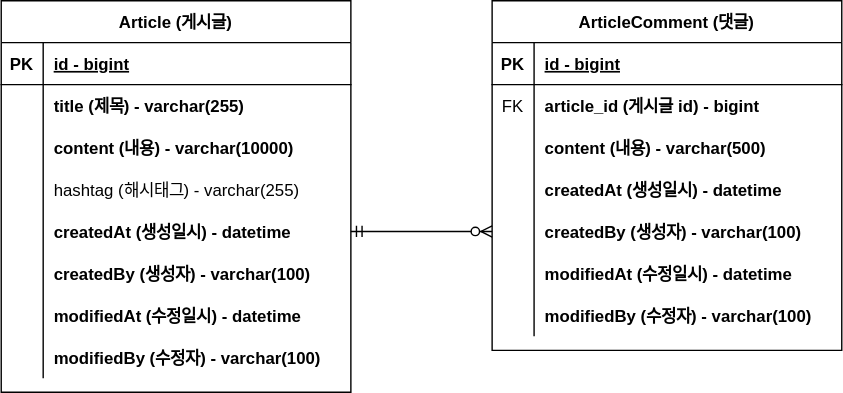
Earlier version of the draw.io export docs/project-board-erd.svg (songstone/project-board). Source tidied: cells renumbered, new cells last; positions are measured from the earlier drawing's top-left corner, leaving out a move shared by most shapes.
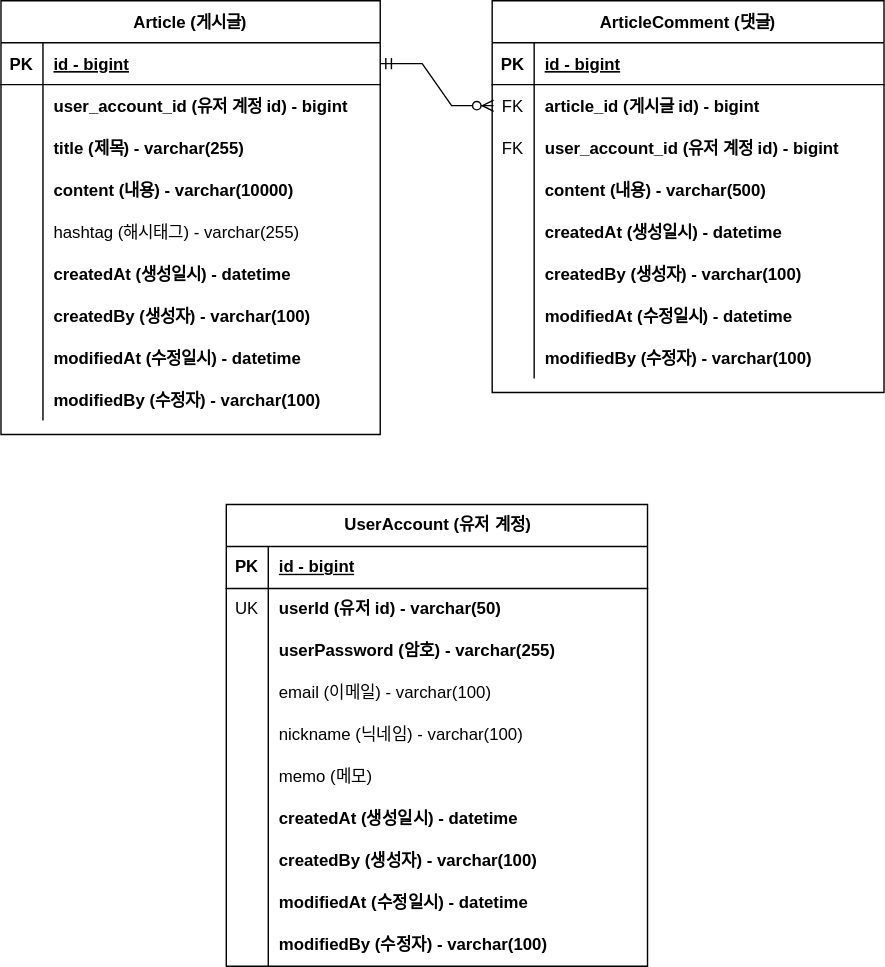
Above is the later version.

Commit message:
docs: #19 - ERD에 userAccount 추가

The edit, as a diff of the source:
```diff
@@ -5,6 +5,6 @@
     <mxCell id="2" value="Article (게시글)" style="shape=table;startSize=30;rowLines=0;fontStyle=1;align=center;" parent="1" vertex="1">
-      <mxGeometry width="250" height="280" as="geometry" />
+      <mxGeometry width="271" height="310" as="geometry" />
     </mxCell>
     <mxCell id="3" style="shape=partialRectangle;fillColor=none;points=[[0,0.5],[1,0.5]];portConstraint=eastwest;top=0;left=0;right=0;bottom=1;" parent="2" vertex="1">
-      <mxGeometry y="30" width="250" height="30" as="geometry" />
+      <mxGeometry y="30" width="271" height="30" as="geometry" />
     </mxCell>
@@ -14,6 +14,6 @@
     <mxCell id="5" value="id - bigint" style="shape=partialRectangle;overflow=hidden;fillColor=none;top=0;left=0;bottom=0;right=0;align=left;spacingLeft=6;fontStyle=5;" parent="3" vertex="1">
-      <mxGeometry x="30" width="220" height="30" as="geometry" />
+      <mxGeometry x="30" width="241" height="30" as="geometry" />
     </mxCell>
     <mxCell id="6" style="shape=partialRectangle;fillColor=none;top=0;left=0;right=0;bottom=0;" parent="2" vertex="1">
-      <mxGeometry y="60" width="250" height="30" as="geometry" />
+      <mxGeometry y="60" width="271" height="30" as="geometry" />
     </mxCell>
@@ -22,7 +22,16 @@
     </mxCell>
-    <mxCell id="8" value="title (제목) - varchar(255)" style="shape=partialRectangle;overflow=hidden;fillColor=none;top=0;left=0;bottom=0;right=0;align=left;spacingLeft=6;fontStyle=1;" parent="6" vertex="1">
-      <mxGeometry x="30" width="220" height="30" as="geometry" />
+    <mxCell id="8" value="user_account_id (유저 계정 id) - bigint" style="shape=partialRectangle;overflow=hidden;fillColor=none;top=0;left=0;bottom=0;right=0;align=left;spacingLeft=6;fontStyle=1;" parent="6" vertex="1">
+      <mxGeometry x="30" width="241" height="30" as="geometry" />
     </mxCell>
+    <mxCell id="50" style="shape=partialRectangle;fillColor=none;top=0;left=0;right=0;bottom=0;" parent="2" vertex="1">
+      <mxGeometry y="90" width="271" height="30" as="geometry" />
+    </mxCell>
+    <mxCell id="51" style="shape=partialRectangle;overflow=hidden;fillColor=none;top=0;left=0;bottom=0;right=0;" parent="50" vertex="1">
+      <mxGeometry width="30" height="30" as="geometry" />
+    </mxCell>
+    <mxCell id="52" value="title (제목) - varchar(255)" style="shape=partialRectangle;overflow=hidden;fillColor=none;top=0;left=0;bottom=0;right=0;align=left;spacingLeft=6;fontStyle=1;" parent="50" vertex="1">
+      <mxGeometry x="30" width="241" height="30" as="geometry" />
+    </mxCell>
     <mxCell id="9" style="shape=partialRectangle;fillColor=none;top=0;left=0;right=0;bottom=0;" parent="2" vertex="1">
-      <mxGeometry y="90" width="250" height="30" as="geometry" />
+      <mxGeometry y="120" width="271" height="30" as="geometry" />
     </mxCell>
@@ -32,6 +41,6 @@
     <mxCell id="11" value="content (내용) - varchar(10000)" style="shape=partialRectangle;overflow=hidden;fillColor=none;top=0;left=0;bottom=0;right=0;align=left;spacingLeft=6;fontStyle=1;" parent="9" vertex="1">
-      <mxGeometry x="30" width="220" height="30" as="geometry" />
+      <mxGeometry x="30" width="241" height="30" as="geometry" />
     </mxCell>
     <mxCell id="12" style="shape=partialRectangle;fillColor=none;top=0;left=0;right=0;bottom=0;" parent="2" vertex="1">
-      <mxGeometry y="120" width="250" height="30" as="geometry" />
+      <mxGeometry y="150" width="271" height="30" as="geometry" />
     </mxCell>
@@ -41,6 +50,6 @@
     <mxCell id="14" value="hashtag (해시태그) - varchar(255)" style="shape=partialRectangle;overflow=hidden;fillColor=none;top=0;left=0;bottom=0;right=0;align=left;spacingLeft=6;" parent="12" vertex="1">
-      <mxGeometry x="30" width="220" height="30" as="geometry" />
+      <mxGeometry x="30" width="241" height="30" as="geometry" />
     </mxCell>
     <mxCell id="15" style="shape=partialRectangle;fillColor=none;points=[[0,0.5],[1,0.5]];portConstraint=eastwest;top=0;left=0;right=0;bottom=0;" parent="2" vertex="1">
-      <mxGeometry y="150" width="250" height="30" as="geometry" />
+      <mxGeometry y="180" width="271" height="30" as="geometry" />
     </mxCell>
@@ -50,6 +59,6 @@
     <mxCell id="17" value="createdAt (생성일시) - datetime" style="shape=partialRectangle;overflow=hidden;fillColor=none;top=0;left=0;bottom=0;right=0;align=left;spacingLeft=6;fontStyle=1;" parent="15" vertex="1">
-      <mxGeometry x="30" width="220" height="30" as="geometry" />
+      <mxGeometry x="30" width="241" height="30" as="geometry" />
     </mxCell>
     <mxCell id="18" style="shape=partialRectangle;fillColor=none;top=0;left=0;right=0;bottom=0;" parent="2" vertex="1">
-      <mxGeometry y="180" width="250" height="30" as="geometry" />
+      <mxGeometry y="210" width="271" height="30" as="geometry" />
     </mxCell>
@@ -59,6 +68,6 @@
     <mxCell id="20" value="createdBy (생성자) - varchar(100)" style="shape=partialRectangle;overflow=hidden;fillColor=none;top=0;left=0;bottom=0;right=0;align=left;spacingLeft=6;fontStyle=1;" parent="18" vertex="1">
-      <mxGeometry x="30" width="220" height="30" as="geometry" />
+      <mxGeometry x="30" width="241" height="30" as="geometry" />
     </mxCell>
     <mxCell id="21" style="shape=partialRectangle;fillColor=none;top=0;left=0;right=0;bottom=0;" parent="2" vertex="1">
-      <mxGeometry y="210" width="250" height="30" as="geometry" />
+      <mxGeometry y="240" width="271" height="30" as="geometry" />
     </mxCell>
@@ -68,6 +77,6 @@
     <mxCell id="23" value="modifiedAt (수정일시) - datetime" style="shape=partialRectangle;overflow=hidden;fillColor=none;top=0;left=0;bottom=0;right=0;align=left;spacingLeft=6;fontStyle=1;" parent="21" vertex="1">
-      <mxGeometry x="30" width="220" height="30" as="geometry" />
+      <mxGeometry x="30" width="241" height="30" as="geometry" />
     </mxCell>
     <mxCell id="24" style="shape=partialRectangle;fillColor=none;top=0;left=0;right=0;bottom=0;" parent="2" vertex="1">
-      <mxGeometry y="240" width="250" height="30" as="geometry" />
+      <mxGeometry y="270" width="271" height="30" as="geometry" />
     </mxCell>
@@ -77,9 +86,9 @@
     <mxCell id="26" value="modifiedBy (수정자) - varchar(100)" style="shape=partialRectangle;overflow=hidden;fillColor=none;top=0;left=0;bottom=0;right=0;align=left;spacingLeft=6;fontStyle=1;" parent="24" vertex="1">
-      <mxGeometry x="30" width="220" height="30" as="geometry" />
+      <mxGeometry x="30" width="241" height="30" as="geometry" />
     </mxCell>
     <mxCell id="27" value="ArticleComment (댓글)" style="shape=table;startSize=30;rowLines=0;fontStyle=1;align=center;" parent="1" vertex="1">
-      <mxGeometry x="351" width="250" height="250" as="geometry" />
+      <mxGeometry x="351" width="280" height="280" as="geometry" />
     </mxCell>
     <mxCell id="28" style="shape=partialRectangle;fillColor=none;top=0;left=0;right=0;bottom=1;" parent="27" vertex="1">
-      <mxGeometry y="30" width="250" height="30" as="geometry" />
+      <mxGeometry y="30" width="280" height="30" as="geometry" />
     </mxCell>
@@ -89,6 +98,6 @@
     <mxCell id="30" value="id - bigint" style="shape=partialRectangle;overflow=hidden;fillColor=none;top=0;left=0;bottom=0;right=0;align=left;spacingLeft=6;fontStyle=5;" parent="28" vertex="1">
-      <mxGeometry x="30" width="220" height="30" as="geometry" />
+      <mxGeometry x="30" width="250" height="30" as="geometry" />
     </mxCell>
     <mxCell id="31" style="shape=partialRectangle;fillColor=none;top=0;left=0;right=0;bottom=0;" parent="27" vertex="1">
-      <mxGeometry y="60" width="250" height="30" as="geometry" />
+      <mxGeometry y="60" width="280" height="30" as="geometry" />
     </mxCell>
@@ -98,6 +107,15 @@
     <mxCell id="33" value="article_id (게시글 id) - bigint" style="shape=partialRectangle;overflow=hidden;fillColor=none;top=0;left=0;bottom=0;right=0;align=left;spacingLeft=6;fontStyle=1;" parent="31" vertex="1">
-      <mxGeometry x="30" width="220" height="30" as="geometry" />
+      <mxGeometry x="30" width="250" height="30" as="geometry" />
     </mxCell>
+    <mxCell id="53" style="shape=partialRectangle;fillColor=none;top=0;left=0;right=0;bottom=0;" parent="27" vertex="1">
+      <mxGeometry y="90" width="280" height="30" as="geometry" />
+    </mxCell>
+    <mxCell id="54" value="FK" style="shape=partialRectangle;overflow=hidden;fillColor=none;top=0;left=0;bottom=0;right=0;" parent="53" vertex="1">
+      <mxGeometry width="30" height="30" as="geometry" />
+    </mxCell>
+    <mxCell id="55" value="user_account_id (유저 계정 id) - bigint" style="shape=partialRectangle;overflow=hidden;fillColor=none;top=0;left=0;bottom=0;right=0;align=left;spacingLeft=6;fontStyle=1;" parent="53" vertex="1">
+      <mxGeometry x="30" width="250" height="30" as="geometry" />
+    </mxCell>
     <mxCell id="34" style="shape=partialRectangle;fillColor=none;top=0;left=0;right=0;bottom=0;" parent="27" vertex="1">
-      <mxGeometry y="90" width="250" height="30" as="geometry" />
+      <mxGeometry y="120" width="280" height="30" as="geometry" />
     </mxCell>
@@ -107,6 +125,6 @@
     <mxCell id="36" value="content (내용) - varchar(500)" style="shape=partialRectangle;overflow=hidden;fillColor=none;top=0;left=0;bottom=0;right=0;align=left;spacingLeft=6;fontStyle=1;" parent="34" vertex="1">
-      <mxGeometry x="30" width="220" height="30" as="geometry" />
+      <mxGeometry x="30" width="250" height="30" as="geometry" />
     </mxCell>
     <mxCell id="37" style="shape=partialRectangle;fillColor=none;top=0;left=0;right=0;bottom=0;" parent="27" vertex="1">
-      <mxGeometry y="120" width="250" height="30" as="geometry" />
+      <mxGeometry y="150" width="280" height="30" as="geometry" />
     </mxCell>
@@ -116,6 +134,6 @@
     <mxCell id="39" value="createdAt (생성일시) - datetime" style="shape=partialRectangle;overflow=hidden;fillColor=none;top=0;left=0;bottom=0;right=0;align=left;spacingLeft=6;fontStyle=1;" parent="37" vertex="1">
-      <mxGeometry x="30" width="220" height="30" as="geometry" />
+      <mxGeometry x="30" width="250" height="30" as="geometry" />
     </mxCell>
     <mxCell id="40" style="shape=partialRectangle;fillColor=none;points=[[0,0.5],[1,0.5]];portConstraint=eastwest;top=0;left=0;right=0;bottom=0;" parent="27" vertex="1">
-      <mxGeometry y="150" width="250" height="30" as="geometry" />
+      <mxGeometry y="180" width="280" height="30" as="geometry" />
     </mxCell>
@@ -125,6 +143,6 @@
     <mxCell id="42" value="createdBy (생성자) - varchar(100)" style="shape=partialRectangle;overflow=hidden;fillColor=none;top=0;left=0;bottom=0;right=0;align=left;spacingLeft=6;fontStyle=1;" parent="40" vertex="1">
-      <mxGeometry x="30" width="220" height="30" as="geometry" />
+      <mxGeometry x="30" width="250" height="30" as="geometry" />
     </mxCell>
     <mxCell id="43" style="shape=partialRectangle;fillColor=none;top=0;left=0;right=0;bottom=0;" parent="27" vertex="1">
-      <mxGeometry y="180" width="250" height="30" as="geometry" />
+      <mxGeometry y="210" width="280" height="30" as="geometry" />
     </mxCell>
@@ -134,6 +152,6 @@
     <mxCell id="45" value="modifiedAt (수정일시) - datetime" style="shape=partialRectangle;overflow=hidden;fillColor=none;top=0;left=0;bottom=0;right=0;align=left;spacingLeft=6;fontStyle=1;" parent="43" vertex="1">
-      <mxGeometry x="30" width="220" height="30" as="geometry" />
+      <mxGeometry x="30" width="250" height="30" as="geometry" />
     </mxCell>
     <mxCell id="46" style="shape=partialRectangle;fillColor=none;top=0;left=0;right=0;bottom=0;" parent="27" vertex="1">
-      <mxGeometry y="210" width="250" height="30" as="geometry" />
+      <mxGeometry y="240" width="280" height="30" as="geometry" />
     </mxCell>
@@ -143,7 +161,102 @@
     <mxCell id="48" value="modifiedBy (수정자) - varchar(100)" style="shape=partialRectangle;overflow=hidden;fillColor=none;top=0;left=0;bottom=0;right=0;align=left;spacingLeft=6;fontStyle=1;" parent="46" vertex="1">
-      <mxGeometry x="30" width="220" height="30" as="geometry" />
+      <mxGeometry x="30" width="250" height="30" as="geometry" />
     </mxCell>
-    <mxCell id="49" style="edgeStyle=entityRelationEdgeStyle;fontSize=12;html=1;endArrow=ERzeroToMany;startArrow=ERmandOne;rounded=0;exitX=1;exitY=0.5;exitDx=0;exitDy=0;entryX=0;entryY=0.5;entryDx=0;entryDy=0;" parent="1" edge="1" source="15" target="40">
-      <mxGeometry relative="1" as="geometry" />
+    <mxCell id="49" style="edgeStyle=entityRelationEdgeStyle;fontSize=12;html=1;endArrow=ERzeroToMany;startArrow=ERmandOne;rounded=0;exitX=1;exitY=0.5;exitDx=0;exitDy=0;entryX=0;entryY=0.5;entryDx=0;entryDy=0;" parent="1" edge="1" source="3">
+      <mxGeometry relative="1" as="geometry">
+        <mxPoint x="352" y="75" as="targetPoint" />
+      </mxGeometry>
     </mxCell>
+    <mxCell id="56" value="UserAccount (유저 계정)" style="shape=table;startSize=30;rowLines=0;fontStyle=1;align=center;html=1;" parent="1" vertex="1">
+      <mxGeometry x="161" y="360" width="301" height="330" as="geometry" />
+    </mxCell>
+    <mxCell id="57" style="shape=tableRow;horizontal=0;startSize=0;swimlaneHead=0;swimlaneBody=0;fillColor=none;top=0;left=0;right=0;bottom=1;" parent="56" vertex="1">
+      <mxGeometry y="30" width="301" height="30" as="geometry" />
+    </mxCell>
+    <mxCell id="58" value="PK" style="shape=partialRectangle;fillColor=none;top=0;left=0;bottom=0;right=0;fontStyle=1;overflow=hidden;whiteSpace=wrap;html=1;" parent="57" vertex="1">
+      <mxGeometry width="30" height="30" as="geometry" />
+    </mxCell>
+    <mxCell id="59" value="id - bigint" style="shape=partialRectangle;fillColor=none;top=0;left=0;bottom=0;right=0;align=left;spacingLeft=6;fontStyle=5;overflow=hidden;whiteSpace=wrap;html=1;" parent="57" vertex="1">
+      <mxGeometry x="30" width="271" height="30" as="geometry" />
+    </mxCell>
+    <mxCell id="60" style="shape=tableRow;horizontal=0;startSize=0;swimlaneHead=0;swimlaneBody=0;fillColor=none;top=0;left=0;right=0;bottom=0;" parent="56" vertex="1">
+      <mxGeometry y="60" width="301" height="30" as="geometry" />
+    </mxCell>
+    <mxCell id="61" value="UK" style="shape=partialRectangle;fillColor=none;top=0;left=0;bottom=0;right=0;overflow=hidden;whiteSpace=wrap;html=1;" parent="60" vertex="1">
+      <mxGeometry width="30" height="30" as="geometry" />
+    </mxCell>
+    <mxCell id="62" value="userId (유저 id) - varchar(50)" style="shape=partialRectangle;fillColor=none;top=0;left=0;bottom=0;right=0;align=left;spacingLeft=6;overflow=hidden;whiteSpace=wrap;html=1;fontStyle=1;" parent="60" vertex="1">
+      <mxGeometry x="30" width="271" height="30" as="geometry" />
+    </mxCell>
+    <mxCell id="63" style="shape=tableRow;horizontal=0;startSize=0;swimlaneHead=0;swimlaneBody=0;fillColor=none;top=0;left=0;right=0;bottom=0;" parent="56" vertex="1">
+      <mxGeometry y="90" width="301" height="30" as="geometry" />
+    </mxCell>
+    <mxCell id="64" style="shape=partialRectangle;fillColor=none;top=0;left=0;bottom=0;right=0;overflow=hidden;whiteSpace=wrap;html=1;" parent="63" vertex="1">
+      <mxGeometry width="30" height="30" as="geometry" />
+    </mxCell>
+    <mxCell id="65" value="userPassword (암호) - varchar(255)" style="shape=partialRectangle;fillColor=none;top=0;left=0;bottom=0;right=0;align=left;spacingLeft=6;overflow=hidden;whiteSpace=wrap;html=1;fontStyle=1;" parent="63" vertex="1">
+      <mxGeometry x="30" width="271" height="30" as="geometry" />
+    </mxCell>
+    <mxCell id="66" style="shape=tableRow;horizontal=0;startSize=0;swimlaneHead=0;swimlaneBody=0;fillColor=none;top=0;left=0;right=0;bottom=0;" parent="56" vertex="1">
+      <mxGeometry y="120" width="301" height="30" as="geometry" />
+    </mxCell>
+    <mxCell id="67" style="shape=partialRectangle;fillColor=none;top=0;left=0;bottom=0;right=0;overflow=hidden;whiteSpace=wrap;html=1;" parent="66" vertex="1">
+      <mxGeometry width="30" height="30" as="geometry" />
+    </mxCell>
+    <mxCell id="68" value="email (이메일) - varchar(100)" style="shape=partialRectangle;fillColor=none;top=0;left=0;bottom=0;right=0;align=left;spacingLeft=6;overflow=hidden;whiteSpace=wrap;html=1;" parent="66" vertex="1">
+      <mxGeometry x="30" width="271" height="30" as="geometry" />
+    </mxCell>
+    <mxCell id="69" style="shape=tableRow;horizontal=0;startSize=0;swimlaneHead=0;swimlaneBody=0;fillColor=none;top=0;left=0;right=0;bottom=0;" parent="56" vertex="1">
+      <mxGeometry y="150" width="301" height="30" as="geometry" />
+    </mxCell>
+    <mxCell id="70" style="shape=partialRectangle;fillColor=none;top=0;left=0;bottom=0;right=0;overflow=hidden;whiteSpace=wrap;html=1;" parent="69" vertex="1">
+      <mxGeometry width="30" height="30" as="geometry" />
+    </mxCell>
+    <mxCell id="71" value="nickname (닉네임) - varchar(100)" style="shape=partialRectangle;fillColor=none;top=0;left=0;bottom=0;right=0;align=left;spacingLeft=6;overflow=hidden;whiteSpace=wrap;html=1;" parent="69" vertex="1">
+      <mxGeometry x="30" width="271" height="30" as="geometry" />
+    </mxCell>
+    <mxCell id="72" style="shape=tableRow;horizontal=0;startSize=0;swimlaneHead=0;swimlaneBody=0;fillColor=none;top=0;left=0;right=0;bottom=0;" parent="56" vertex="1">
+      <mxGeometry y="180" width="301" height="30" as="geometry" />
+    </mxCell>
+    <mxCell id="73" style="shape=partialRectangle;fillColor=none;top=0;left=0;bottom=0;right=0;overflow=hidden;whiteSpace=wrap;html=1;" parent="72" vertex="1">
+      <mxGeometry width="30" height="30" as="geometry" />
+    </mxCell>
+    <mxCell id="74" value="memo (메모)" style="shape=partialRectangle;fillColor=none;top=0;left=0;bottom=0;right=0;align=left;spacingLeft=6;overflow=hidden;whiteSpace=wrap;html=1;" parent="72" vertex="1">
+      <mxGeometry x="30" width="271" height="30" as="geometry" />
+    </mxCell>
+    <mxCell id="75" style="shape=tableRow;horizontal=0;startSize=0;swimlaneHead=0;swimlaneBody=0;fillColor=none;top=0;left=0;right=0;bottom=0;" parent="56" vertex="1">
+      <mxGeometry y="210" width="301" height="30" as="geometry" />
+    </mxCell>
+    <mxCell id="76" style="shape=partialRectangle;fillColor=none;top=0;left=0;bottom=0;right=0;overflow=hidden;whiteSpace=wrap;html=1;" parent="75" vertex="1">
+      <mxGeometry width="30" height="30" as="geometry" />
+    </mxCell>
+    <mxCell id="77" value="createdAt (생성일시) - datetime" style="shape=partialRectangle;fillColor=none;top=0;left=0;bottom=0;right=0;align=left;spacingLeft=6;overflow=hidden;whiteSpace=wrap;html=1;fontStyle=1;" parent="75" vertex="1">
+      <mxGeometry x="30" width="271" height="30" as="geometry" />
+    </mxCell>
+    <mxCell id="78" style="shape=tableRow;horizontal=0;startSize=0;swimlaneHead=0;swimlaneBody=0;fillColor=none;top=0;left=0;right=0;bottom=0;" parent="56" vertex="1">
+      <mxGeometry y="240" width="301" height="30" as="geometry" />
+    </mxCell>
+    <mxCell id="79" style="shape=partialRectangle;fillColor=none;top=0;left=0;bottom=0;right=0;overflow=hidden;whiteSpace=wrap;html=1;" parent="78" vertex="1">
+      <mxGeometry width="30" height="30" as="geometry" />
+    </mxCell>
+    <mxCell id="80" value="createdBy (생성자) - varchar(100)" style="shape=partialRectangle;fillColor=none;top=0;left=0;bottom=0;right=0;align=left;spacingLeft=6;overflow=hidden;whiteSpace=wrap;html=1;fontStyle=1;" parent="78" vertex="1">
+      <mxGeometry x="30" width="271" height="30" as="geometry" />
+    </mxCell>
+    <mxCell id="81" style="shape=tableRow;horizontal=0;startSize=0;swimlaneHead=0;swimlaneBody=0;fillColor=none;top=0;left=0;right=0;bottom=0;" parent="56" vertex="1">
+      <mxGeometry y="270" width="301" height="30" as="geometry" />
+    </mxCell>
+    <mxCell id="82" style="shape=partialRectangle;fillColor=none;top=0;left=0;bottom=0;right=0;overflow=hidden;whiteSpace=wrap;html=1;" parent="81" vertex="1">
+      <mxGeometry width="30" height="30" as="geometry" />
+    </mxCell>
+    <mxCell id="83" value="modifiedAt (수정일시) - datetime" style="shape=partialRectangle;fillColor=none;top=0;left=0;bottom=0;right=0;align=left;spacingLeft=6;overflow=hidden;whiteSpace=wrap;html=1;fontStyle=1;" parent="81" vertex="1">
+      <mxGeometry x="30" width="271" height="30" as="geometry" />
+    </mxCell>
+    <mxCell id="84" style="shape=tableRow;horizontal=0;startSize=0;swimlaneHead=0;swimlaneBody=0;fillColor=none;top=0;left=0;right=0;bottom=0;" parent="56" vertex="1">
+      <mxGeometry y="300" width="301" height="30" as="geometry" />
+    </mxCell>
+    <mxCell id="85" style="shape=partialRectangle;fillColor=none;top=0;left=0;bottom=0;right=0;overflow=hidden;whiteSpace=wrap;html=1;" parent="84" vertex="1">
+      <mxGeometry width="30" height="30" as="geometry" />
+    </mxCell>
+    <mxCell id="86" value="modifiedBy (수정자) - varchar(100)" style="shape=partialRectangle;fillColor=none;top=0;left=0;bottom=0;right=0;align=left;spacingLeft=6;overflow=hidden;whiteSpace=wrap;html=1;fontStyle=1;" parent="84" vertex="1">
+      <mxGeometry x="30" width="271" height="30" as="geometry" />
+    </mxCell>
   </root>
```
